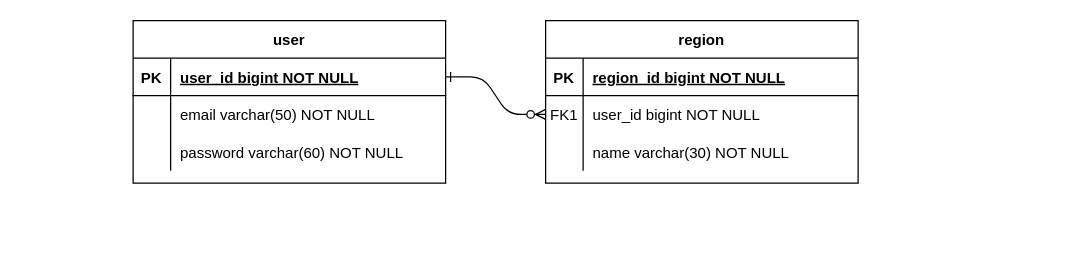
Above: ER다이어그램.drawio in GunwooJo/forecastBE (draw.io), before the change. Source tidied: cells renumbered, new cells numbered last; positions are measured from the earlier drawing's top-left corner, leaving out a move shared by most shapes. Both pictures are drawn from the tidied source at 125%, with x=0, y=0 at pixel (132, 20).
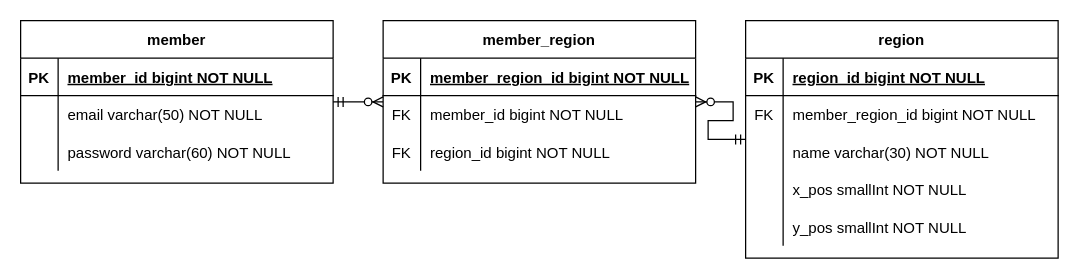
The same diagram, later.

Commit message:
member, region, member_region 테이블 설계

The change refers to these unchanged cells:
```xml
<mxCell id="7" style="shape=partialRectangle;fillColor=none;points=[[0,0.5],[1,0.5]];portConstraint=eastwest;top=0;left=0;right=0;bottom=0;" parent="3" vertex="1">
  <mxGeometry y="60" width="250" height="30" as="geometry" />
</mxCell>
<mxCell id="14" style="shape=partialRectangle;fillColor=none;points=[[0,0.5],[1,0.5]];portConstraint=eastwest;top=0;left=0;right=0;bottom=1;" parent="13" vertex="1">
  <mxGeometry y="30" width="250" height="30" as="geometry" />
</mxCell>
```

What changed in the source:
```diff
@@
-    <mxCell id="2" style="edgeStyle=entityRelationEdgeStyle;endArrow=ERzeroToMany;startArrow=ERone;endFill=1;startFill=0;" parent="1" edge="1" source="14" target="7">
-      <mxGeometry relative="1" as="geometry" />
-    </mxCell>
     <mxCell id="3" value="region" style="shape=table;startSize=30;childLayout=tableLayout;rowLines=0;fontStyle=1;align=center;" parent="1" vertex="1">
-      <mxGeometry x="330" width="250" height="130" as="geometry" />
+      <mxGeometry x="490" width="250" height="190" as="geometry" />
     </mxCell>
@@
-    <mxCell id="8" value="FK1" style="shape=partialRectangle;overflow=hidden;fillColor=none;top=0;left=0;bottom=0;right=0;" parent="7" vertex="1">
+    <mxCell id="8" value="FK" style="shape=partialRectangle;overflow=hidden;fillColor=none;top=0;left=0;bottom=0;right=0;" parent="7" vertex="1">
       <mxGeometry width="30" height="30" as="geometry" />
     </mxCell>
-    <mxCell id="9" value="user_id bigint NOT NULL" style="shape=partialRectangle;overflow=hidden;fillColor=none;top=0;left=0;bottom=0;right=0;align=left;spacingLeft=6;" parent="7" vertex="1">
+    <mxCell id="9" value="member_region_id bigint NOT NULL" style="shape=partialRectangle;overflow=hidden;fillColor=none;top=0;left=0;bottom=0;right=0;align=left;spacingLeft=6;" parent="7" vertex="1">
       <mxGeometry x="30" width="220" height="30" as="geometry" />
     </mxCell>
@@
+    <mxCell id="23" style="shape=partialRectangle;fillColor=none;top=0;left=0;right=0;bottom=0;" parent="3" vertex="1">
+      <mxGeometry y="120" width="250" height="30" as="geometry" />
+    </mxCell>
+    <mxCell id="24" style="shape=partialRectangle;overflow=hidden;fillColor=none;top=0;left=0;bottom=0;right=0;" parent="23" vertex="1">
+      <mxGeometry width="30" height="30" as="geometry" />
+    </mxCell>
+    <mxCell id="25" value="x_pos smallInt NOT NULL" style="shape=partialRectangle;overflow=hidden;fillColor=none;top=0;left=0;bottom=0;right=0;align=left;spacingLeft=6;" parent="23" vertex="1">
+      <mxGeometry x="30" width="220" height="30" as="geometry" />
+    </mxCell>
+    <mxCell id="26" style="shape=partialRectangle;fillColor=none;top=0;left=0;right=0;bottom=0;" parent="3" vertex="1">
+      <mxGeometry y="150" width="250" height="30" as="geometry" />
+    </mxCell>
+    <mxCell id="27" style="shape=partialRectangle;overflow=hidden;fillColor=none;top=0;left=0;bottom=0;right=0;" parent="26" vertex="1">
+      <mxGeometry width="30" height="30" as="geometry" />
+    </mxCell>
+    <mxCell id="28" value="y_pos smallInt NOT NULL" style="shape=partialRectangle;overflow=hidden;fillColor=none;top=0;left=0;bottom=0;right=0;align=left;spacingLeft=6;" parent="26" vertex="1">
+      <mxGeometry x="30" width="220" height="30" as="geometry" />
+    </mxCell>
-    <mxCell id="13" value="user" style="shape=table;startSize=30;childLayout=tableLayout;rowLines=0;fontStyle=1;align=center;" parent="1" vertex="1">
-      <mxGeometry width="250" height="130" as="geometry" />
+    <mxCell id="13" value="member" style="shape=table;startSize=30;childLayout=tableLayout;rowLines=0;fontStyle=1;align=center;" parent="1" vertex="1">
+      <mxGeometry x="-90" width="250" height="130" as="geometry" />
     </mxCell>
@@
-    <mxCell id="16" value="user_id bigint NOT NULL " style="shape=partialRectangle;overflow=hidden;fillColor=none;top=0;left=0;bottom=0;right=0;align=left;spacingLeft=6;fontStyle=5;" parent="14" vertex="1">
+    <mxCell id="16" value="member_id bigint NOT NULL" style="shape=partialRectangle;overflow=hidden;fillColor=none;top=0;left=0;bottom=0;right=0;align=left;spacingLeft=6;fontStyle=5;" parent="14" vertex="1">
       <mxGeometry x="30" width="220" height="30" as="geometry" />
     </mxCell>
@@
+    <mxCell id="29" value="member_region" style="shape=table;startSize=30;childLayout=tableLayout;rowLines=0;fontStyle=1;align=center;" parent="1" vertex="1">
+      <mxGeometry x="200" width="250" height="130" as="geometry" />
+    </mxCell>
+    <mxCell id="30" style="shape=partialRectangle;fillColor=none;top=0;left=0;right=0;bottom=1;" parent="29" vertex="1">
+      <mxGeometry y="30" width="250" height="30" as="geometry" />
+    </mxCell>
+    <mxCell id="31" value="PK" style="shape=partialRectangle;overflow=hidden;fillColor=none;top=0;left=0;bottom=0;right=0;fontStyle=1;" parent="30" vertex="1">
+      <mxGeometry width="30" height="30" as="geometry" />
+    </mxCell>
+    <mxCell id="32" value="member_region_id bigint NOT NULL " style="shape=partialRectangle;overflow=hidden;fillColor=none;top=0;left=0;bottom=0;right=0;align=left;spacingLeft=6;fontStyle=5;" parent="30" vertex="1">
+      <mxGeometry x="30" width="220" height="30" as="geometry" />
+    </mxCell>
+    <mxCell id="33" style="shape=partialRectangle;fillColor=none;top=0;left=0;right=0;bottom=0;" parent="29" vertex="1">
+      <mxGeometry y="60" width="250" height="30" as="geometry" />
+    </mxCell>
+    <mxCell id="34" value="FK" style="shape=partialRectangle;overflow=hidden;fillColor=none;top=0;left=0;bottom=0;right=0;" parent="33" vertex="1">
+      <mxGeometry width="30" height="30" as="geometry" />
+    </mxCell>
+    <mxCell id="35" value="member_id bigint NOT NULL" style="shape=partialRectangle;overflow=hidden;fillColor=none;top=0;left=0;bottom=0;right=0;align=left;spacingLeft=6;" parent="33" vertex="1">
+      <mxGeometry x="30" width="220" height="30" as="geometry" />
+    </mxCell>
+    <mxCell id="36" style="shape=partialRectangle;fillColor=none;top=0;left=0;right=0;bottom=0;" parent="29" vertex="1">
+      <mxGeometry y="90" width="250" height="30" as="geometry" />
+    </mxCell>
+    <mxCell id="37" value="FK" style="shape=partialRectangle;overflow=hidden;fillColor=none;top=0;left=0;bottom=0;right=0;" parent="36" vertex="1">
+      <mxGeometry width="30" height="30" as="geometry" />
+    </mxCell>
+    <mxCell id="38" value="region_id bigint NOT NULL" style="shape=partialRectangle;overflow=hidden;fillColor=none;top=0;left=0;bottom=0;right=0;align=left;spacingLeft=6;" parent="36" vertex="1">
+      <mxGeometry x="30" width="220" height="30" as="geometry" />
+    </mxCell>
+    <mxCell id="39" style="edgeStyle=entityRelationEdgeStyle;fontSize=12;html=1;endArrow=ERzeroToMany;startArrow=ERmandOne;rounded=0;" parent="1" edge="1" source="13" target="29">
+      <mxGeometry relative="1" as="geometry" />
+    </mxCell>
+    <mxCell id="40" style="edgeStyle=entityRelationEdgeStyle;fontSize=12;html=1;endArrow=ERzeroToMany;startArrow=ERmandOne;rounded=0;" parent="1" edge="1" source="3" target="29">
+      <mxGeometry relative="1" as="geometry">
+        <Array as="points">
+          <mxPoint x="290" y="170" />
+        </Array>
+      </mxGeometry>
+    </mxCell>
```
